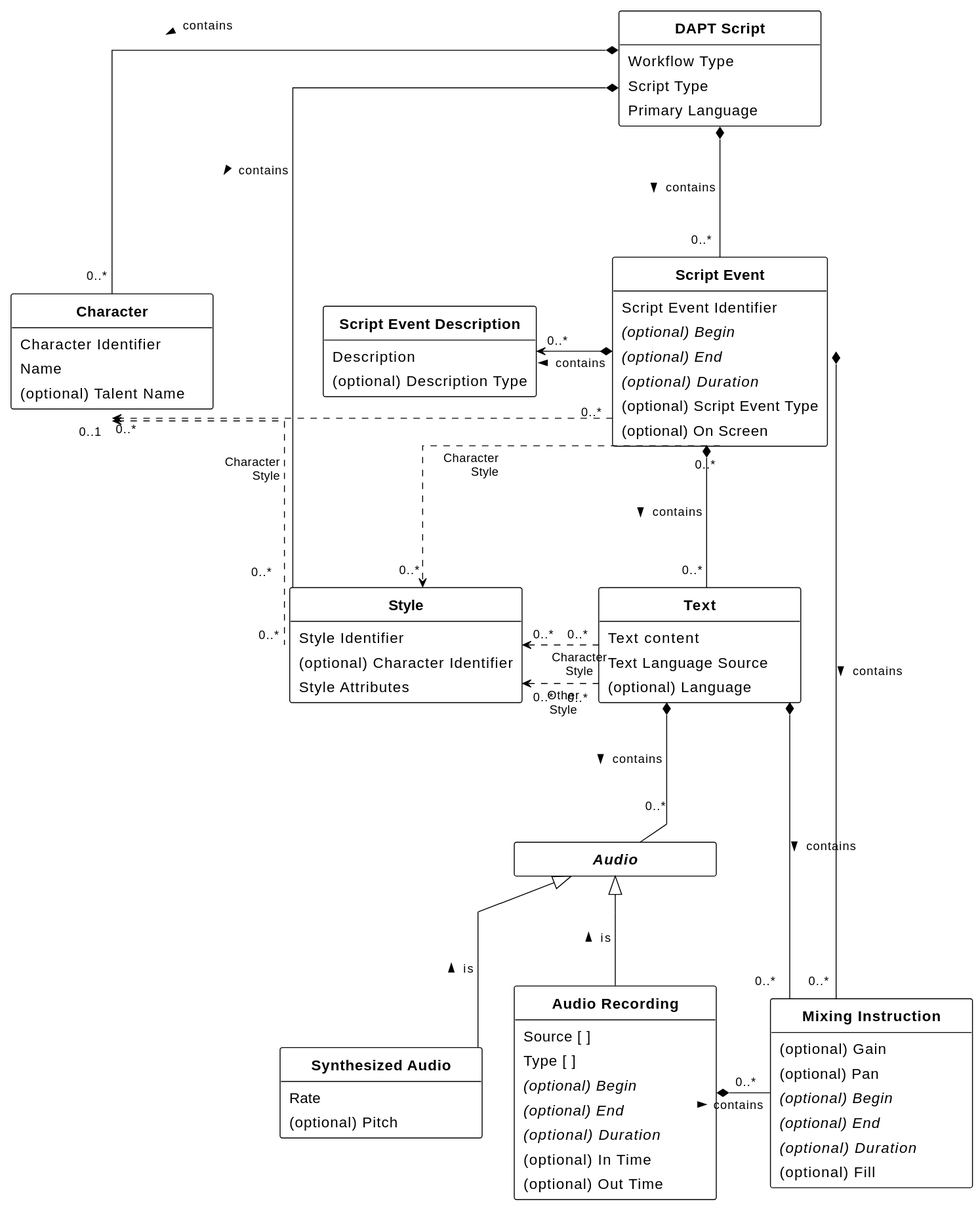
Before: figures/class-diagram.svg, a diagram exported from PlantUML (w3c/dapt).
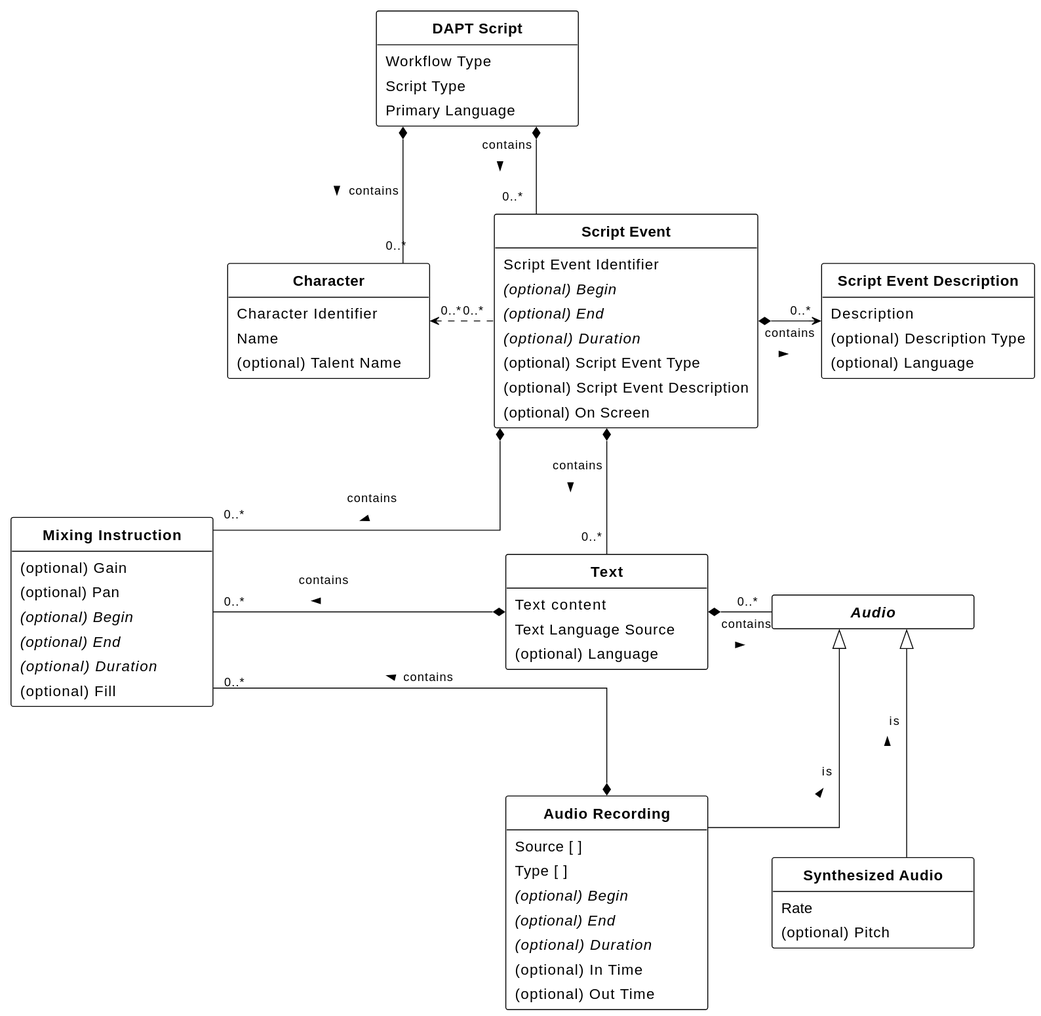
After the change.

Commit message:
Add optional language to script description in UML model

Also pre-emptively remove the Style assuming that #185 is approved too. If not, will need to re-instate Style.

What changed in the source:
```diff
@@ -1,114 +1,101 @@
-@startuml class-diagram
-  !theme plain
-  !pragma ratio 1.3
-  skinparam groupInheritance 2
-  skinparam linetype ortho
-  skinparam DefaultFontName sans-serif
-  skinparam DefaultFontSize 16
-  skinparam ArrowFontSize 13
-  skinparam ArrowMessageAlignment direction
-  skinparam Padding 4
-  skinparam Ranksep 5
-  skinparam MinClassWidth 220
+@startuml
+!theme plain
+!pragma ratio 1
+skinparam linetype ortho
+skinparam DefaultFontName sans-serif
+skinparam DefaultFontSize 16
+skinparam ArrowFontSize 13
+skinparam ArrowMessageAlignment direction
+skinparam Padding 4
+skinparam Nodesep 70
+skinparam Ranksep 80
+skinparam MinClassWidth 220
 
+Class DAPTScript as "**DAPT Script**" [[#dapt-script]] {
+    Workflow Type [[[#workflow-type]]]
+    Script Type [[[#script-type]]]
+    Primary Language [[[#primary-language]]]
+}
 
-  together {
+together {
+    Class Character as "**Character**" [[#character]] {
+        Character Identifier [[[#dfn-character-identifier]]]
+        Name [[[#dfn-character-name]]]
+        {field} (optional) Talent Name [[[#dfn-character-talent-name]]]
+    }
 
-      Class DAPTScript as "**DAPT Script**" [[#dapt-script]] {
-          Workflow Type [[[#workflow-type]]]
-          Script Type [[[#script-type]]]
-          Primary Language [[[#primary-language]]]
-      }
+    Class ScriptEvent as "**Script Event**" [[#script-event]] {
+        Script Event Identifier [[[#dfn-script-event-identifier]]]
+        {field} {abstract} (optional) Begin [[[#dfn-begin]]]
+        {field} {abstract} (optional) End [[[#dfn-end]]]
+        {field} {abstract} (optional) Duration [[[#dfn-duration]]]
+        {field} (optional) Script Event Type [[[#dfn-script-event-type]]]
+        {field} (optional) Script Event Description [[[#dfn-script-event-description]]]
+        {field} (optional) On Screen [[[#on-screen]]]
+    }
 
-      together {
-          Class ScriptEvent as "**Script Event**" [[#script-event]] {
-              Script Event Identifier [[[#dfn-script-event-identifier]]]
-              {field} {abstract} (optional) Begin [[[#dfn-begin]]]
-              {field} {abstract} (optional) End [[[#dfn-end]]]
-              {field} {abstract} (optional) Duration [[[#dfn-duration]]]
-              {field} (optional) Script Event Type [[[#dfn-script-event-type]]]
-              {field} (optional) On Screen [[[#on-screen]]]
-          }
+    Class ScriptEventDescription as "**Script Event Description**" [[#dfn-script-event-description]] {
+        {field} Description
+        {field} (optional) Description Type [[[#dfn-description-type]]]
+        {field} (optional) Language
+    }
 
-          Class ScriptEventDescription as "**Script Event Description**" [[#dfn-script-event-description]] {
-              {field} Description
-              {field} (optional) Description Type [[[#dfn-description-type]]]
-          }
-      }
+    Class Text as "**Text**" [[#text]] {
+        Text content [[[#dfn-text]]]
+        Text Language Source [[[#text-language-source]]]
+        {field} (optional) Language
+    }
+}
 
-      Class Text as "**Text**" [[#text]] {
-          Text content [[[#dfn-text]]]
-          Text Language Source [[[#text-language-source]]]
-          {field} (optional) Language
-      }
+together {
+    abstract Class Audio as "**Audio**" [[#dfn-audio]] {
+    }
 
-      Class Style as "**Style**" {
-          Style Identifier
-          {field} (optional) Character Identifier [[[#dfn-character-identifier]]]
-          Style Attributes
-      }
+    Class SynthesizedAudio as "**Synthesized Audio**" [[#dfn-synthesized-audio]] {
+        Rate [[[#dfn-rate]]]
+        {field} (optional) Pitch [[[#dfn-pitch]]]
+    }
 
-  }
+    Class AudioRecording as "**Audio Recording**" [[#dfn-audio-recording]] {
+        Source [ ] [[[#dfn-source]]]
+        Type [ ] [[[#dfn-type]]]
+        {field} {abstract} (optional) Begin [[[#dfn-begin]]]
+        {field} {abstract} (optional) End [[[#dfn-end]]]
+        {field} {abstract} (optional) Duration [[[#dfn-duration]]]
+        {field} (optional) In Time [[[#dfn-in-time]]]
+        {field} (optional) Out Time [[[#dfn-out-time]]]
+    }
 
-  Class Character as "**Character**" [[#character]] {
-      Character Identifier [[[#dfn-character-identifier]]]
-      Name [[[#dfn-character-name]]]
-      {field} (optional) Talent Name [[[#dfn-character-talent-name]]]
-  }
+}
 
-      abstract Class Audio as "**Audio**" [[#dfn-audio]] {
-      }
-
-      class MixingInstruction as "**Mixing Instruction**" [[#dfn-mixing-instruction]] {
-          {field} (optional) Gain [[[#dfn-gain]]]
-          {field} (optional) Pan [[[#dfn-pan]]]
-          {field} {abstract} (optional) Begin [[[#dfn-begin]]]
-          {field} {abstract} (optional) End [[[#dfn-end]]]
-          {field} {abstract} (optional) Duration [[[#dfn-duration]]]
-          {field} (optional) Fill [[[#dfn-fill]]]
-      }
-
-      Class SynthesizedAudio as "**Synthesized Audio**" [[#dfn-synthesized-audio]] {
-          Rate [[[#dfn-rate]]]
-          {field} (optional) Pitch [[[#dfn-pitch]]]
-      }
-
-      Class AudioRecording as "**Audio Recording**" [[#dfn-audio-recording]] {
-          Source [ ] [[[#dfn-source]]]
-          Type [ ] [[[#dfn-type]]]
-          {field} {abstract} (optional) Begin [[[#dfn-begin]]]
-          {field} {abstract} (optional) End [[[#dfn-end]]]
-          {field} {abstract} (optional) Duration [[[#dfn-duration]]]
-          {field} (optional) In Time [[[#dfn-in-time]]]
-          {field} (optional) Out Time [[[#dfn-out-time]]]
-      }
+class MixingInstruction as "**Mixing Instruction**" [[#dfn-mixing-instruction]] {
+    {field} (optional) Gain [[[#dfn-gain]]]
+    {field} (optional) Pan [[[#dfn-pan]]]
+    {field} {abstract} (optional) Begin [[[#dfn-begin]]]
+    {field} {abstract} (optional) End [[[#dfn-end]]]
+    {field} {abstract} (optional) Duration [[[#dfn-duration]]]
+    {field} (optional) Fill [[[#dfn-fill]]]
+}
 
 
 
+DAPTScript *-down- "0..* " ScriptEvent : contains\n >
+DAPTScript *-- "0..*" Character : contains >
+ScriptEvent *-down- "0..*" MixingInstruction : contains\n >
+Text *-left- "0..* " Audio : contains\n <
+Text *-- "0..* " MixingInstruction : contains\n >
+Character "0..*" <.right. "0..*" ScriptEvent
+ScriptEvent *-left> "0..*" ScriptEventDescription : contains\n <
+ScriptEvent *-down- "0..*" Text : contains\n >
+AudioRecording *-- "0..* " MixingInstruction : contains >
+Audio <|-down- SynthesizedAudio : is\n <
+Audio <|-down- AudioRecording : is\n <
 
+SynthesizedAudio -[hidden]r- AudioRecording
 
-  DAPTScript *-- "0..* " ScriptEvent : contains >
-  DAPTScript *-[norank]- "0..*" Character : contains\r >
-  DAPTScript *-[norank]- "0..*  " Style : contains >
-  Character "0..1  " <.down "0..*" Style [[#dfn-character-style]] : Character\rStyle
-  ScriptEvent *-- "0..*" Text : contains >
-  ScriptEvent "0..*" .[norank]> "0..*" Style [[#dfn-character-style]] : Character\rStyle
-  ScriptEvent *-left> "0..*" ScriptEventDescription : contains >
-  ScriptEvent *- "0..*" MixingInstruction : contains >
-  Text "0..*" .[norank].> "0..*" Style [[#dfn-character-style]] : Character\nStyle
-  Text "0..*" ..> "0..*" Style : Other\nStyle
-  Text *-- "0..* " Audio : contains >
-  Text *-- "0..* " MixingInstruction : contains >
-  ScriptEvent "0..*" ..left> "0..*" Character
-  AudioRecording *-right- "0..* " MixingInstruction : contains >
-  Audio <|-- SynthesizedAudio : is <
-  Audio <|-- AudioRecording : is <
+AudioRecording -[hidden]left- SynthesizedAudio
+Audio -[hidden]left- MixingInstruction
 
-  SynthesizedAudio -[hidden]r- AudioRecording
-
-  Text -[hidden]right--- Style
-  Character -[hidden]down Style
-
-  hide empty members
-  hide circle
-  @enduml
+hide empty members
+hide circle
+@enduml
```
